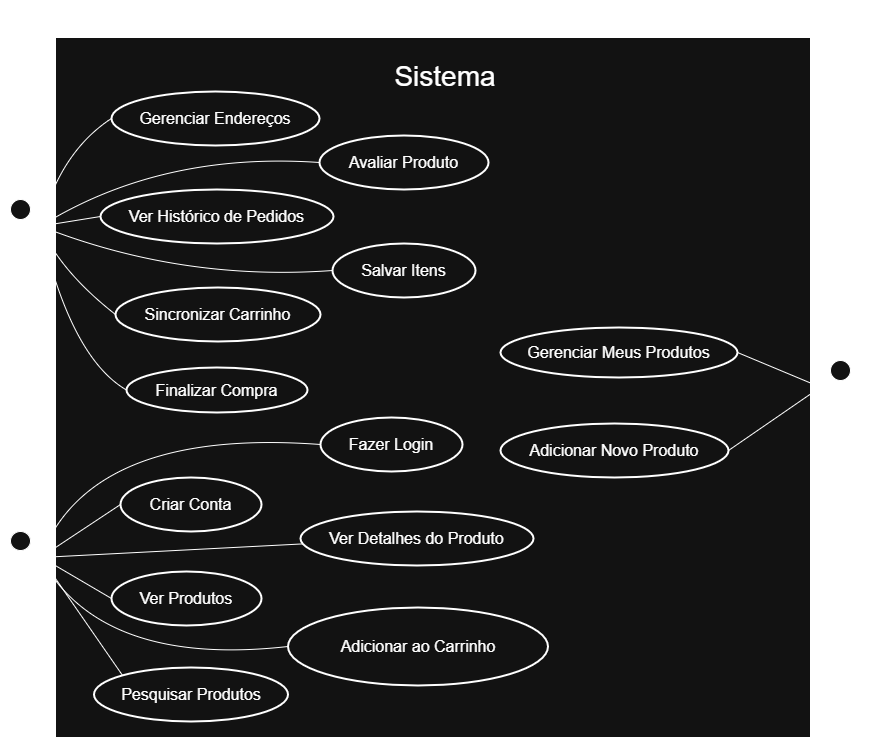
Before: Artefatos/Diagramas/Casos de Uso/UC - Imagem.png, a diagram exported from draw.io (mar-moraes/Loja-Ponto-Com). Source tidied: cells renumbered, new cells last; positions are measured from the earlier drawing's top-left corner, leaving out a move shared by most shapes.
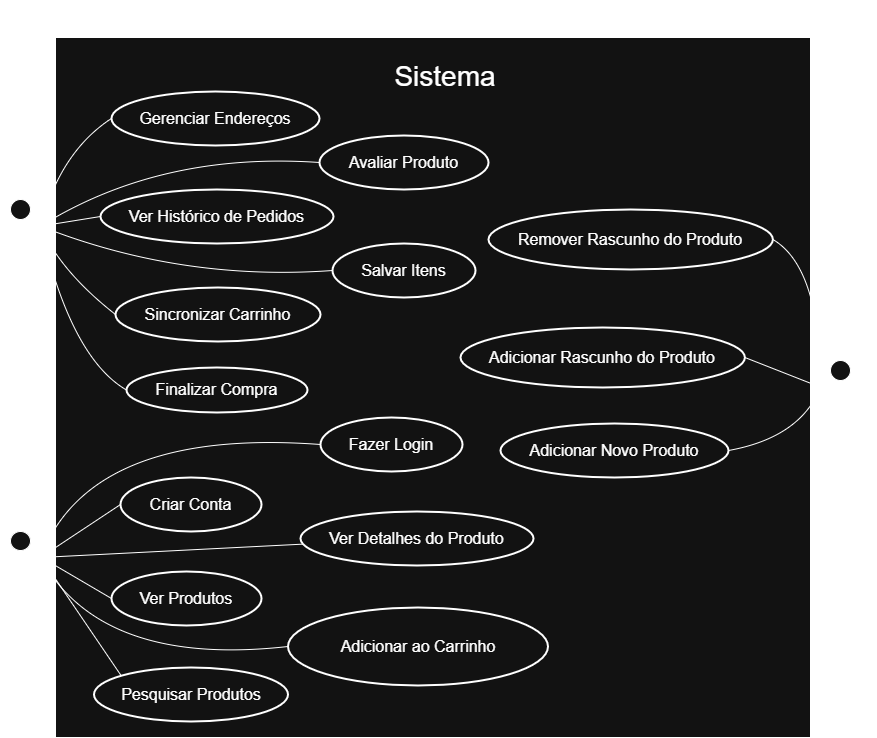
The same diagram one commit later.

The edit, as a diff of the source:
```diff
@@ -44,9 +44,6 @@
     <mxCell id="15" value="Adicionar Novo Produto" style="whiteSpace=wrap;strokeWidth=2;fontSize=16;shape=ellipse;perimeter=ellipsePerimeter;html=1;" parent="1" vertex="1">
       <mxGeometry x="500" y="416" width="228" height="54" as="geometry" />
     </mxCell>
-    <mxCell id="16" value="Gerenciar Meus Produtos" style="whiteSpace=wrap;strokeWidth=2;fontSize=16;shape=ellipse;perimeter=ellipsePerimeter;html=1;" parent="1" vertex="1">
-      <mxGeometry x="500" y="320" width="237" height="50" as="geometry" />
-    </mxCell>
     <mxCell id="17" value="Usuário" style="shape=umlActor;verticalLabelPosition=bottom;verticalAlign=top;html=1;outlineConnect=0;" parent="1" vertex="1">
       <mxGeometry y="524" width="40" height="76" as="geometry" />
     </mxCell>
@@ -132,11 +129,15 @@
     <mxCell id="32" value="&lt;div&gt;&amp;nbsp; &amp;nbsp;Fornecedor&lt;/div&gt;" style="shape=umlActor;verticalLabelPosition=bottom;verticalAlign=top;html=1;outlineConnect=0;" parent="1" vertex="1">
       <mxGeometry x="820" y="353" width="40" height="80" as="geometry" />
     </mxCell>
-    <mxCell id="33" style="endArrow=none;html=1;rounded=0;exitX=1;exitY=0.5;exitDx=0;exitDy=0;entryX=0;entryY=0.3333333333333333;entryDx=0;entryDy=0;entryPerimeter=0;" parent="1" edge="1" source="16" target="32">
+    <mxCell id="33" style="endArrow=none;html=1;rounded=0;exitX=1;exitY=0.5;exitDx=0;exitDy=0;entryX=0;entryY=0.3333333333333333;entryDx=0;entryDy=0;entryPerimeter=0;" parent="1" edge="1" source="38" target="32">
       <mxGeometry relative="1" as="geometry" />
     </mxCell>
-    <mxCell id="34" style="endArrow=none;html=1;rounded=0;exitX=1;exitY=0.5;exitDx=0;exitDy=0;entryX=0;entryY=0.3333333333333333;entryDx=0;entryDy=0;entryPerimeter=0;" parent="1" edge="1" source="15" target="32">
-      <mxGeometry relative="1" as="geometry" />
+    <mxCell id="34" style="endArrow=none;html=1;rounded=0;exitX=1;exitY=0.5;exitDx=0;exitDy=0;entryX=0;entryY=0.3333333333333333;entryDx=0;entryDy=0;entryPerimeter=0;curved=1;" parent="1" edge="1" source="15" target="32">
+      <mxGeometry relative="1" as="geometry">
+        <Array as="points">
+          <mxPoint x="800" y="430" />
+        </Array>
+      </mxGeometry>
     </mxCell>
     <mxCell id="35" style="endArrow=none;html=1;rounded=0;strokeColor=default;" parent="1" edge="1">
       <mxGeometry relative="1" as="geometry">
@@ -156,5 +157,18 @@
     <mxCell id="37" value="&lt;font style=&quot;font-size: 28px;&quot;&gt;Sistema&lt;/font&gt;" style="text;html=1;whiteSpace=wrap;strokeColor=none;fillColor=none;align=center;verticalAlign=middle;rounded=0;" parent="1" vertex="1">
       <mxGeometry x="415" y="54" width="60" height="30" as="geometry" />
     </mxCell>
+    <mxCell id="38" value="Adicionar Rascunho do Produto" style="whiteSpace=wrap;strokeWidth=2;fontSize=16;shape=ellipse;perimeter=ellipsePerimeter;html=1;" parent="1" vertex="1">
+      <mxGeometry x="460" y="320" width="284.4" height="60" as="geometry" />
+    </mxCell>
+    <mxCell id="39" value="Remover Rascunho do Produto" style="whiteSpace=wrap;strokeWidth=2;fontSize=16;shape=ellipse;perimeter=ellipsePerimeter;html=1;" parent="1" vertex="1">
+      <mxGeometry x="488" y="202" width="284.4" height="60" as="geometry" />
+    </mxCell>
+    <mxCell id="40" style="endArrow=none;html=1;rounded=0;entryX=1;entryY=0.5;entryDx=0;entryDy=0;exitX=0;exitY=0.3333333333333333;exitDx=0;exitDy=0;exitPerimeter=0;curved=1;" parent="1" edge="1" source="32" target="39">
+      <mxGeometry relative="1" as="geometry">
+        <Array as="points">
+          <mxPoint x="820" y="260" />
+        </Array>
+      </mxGeometry>
+    </mxCell>
   </root>
 </mxGraphModel>
```
